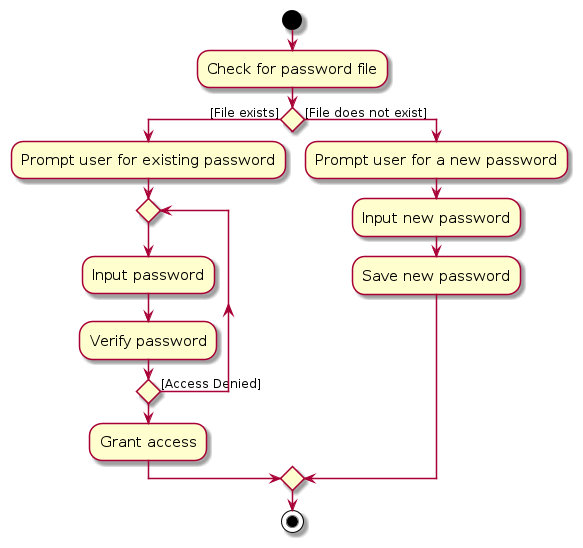
Above: diagrams/PasswordManagementActivityDiagram.png in anselmlong/tp (PlantUML), before the change. Its source is kept beside it as diagrams/PasswordManagementActivityDiagram.puml.
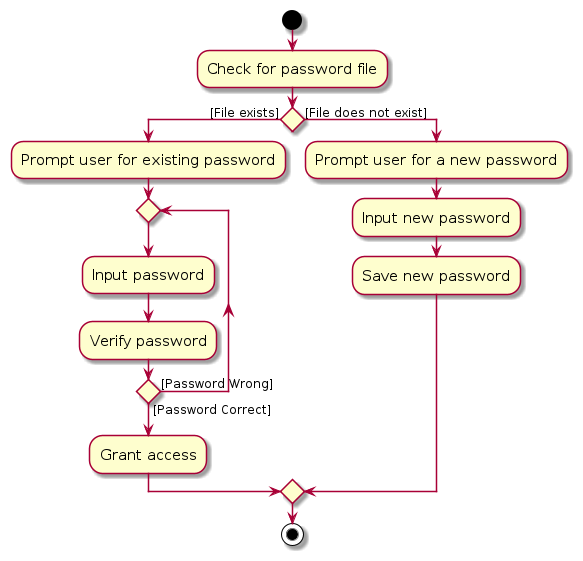
After the commit.

The edit, as a diff of the source:
```diff
@@ -11,7 +11,7 @@
     repeat
         :Input password;
         :Verify password;
-    repeat while () is ([Access Denied])
+    repeat while () is ([Password Wrong]) not ([Password Correct])
     :Grant access;
 else ([File does not exist])
     :Prompt user for a new password;
```
